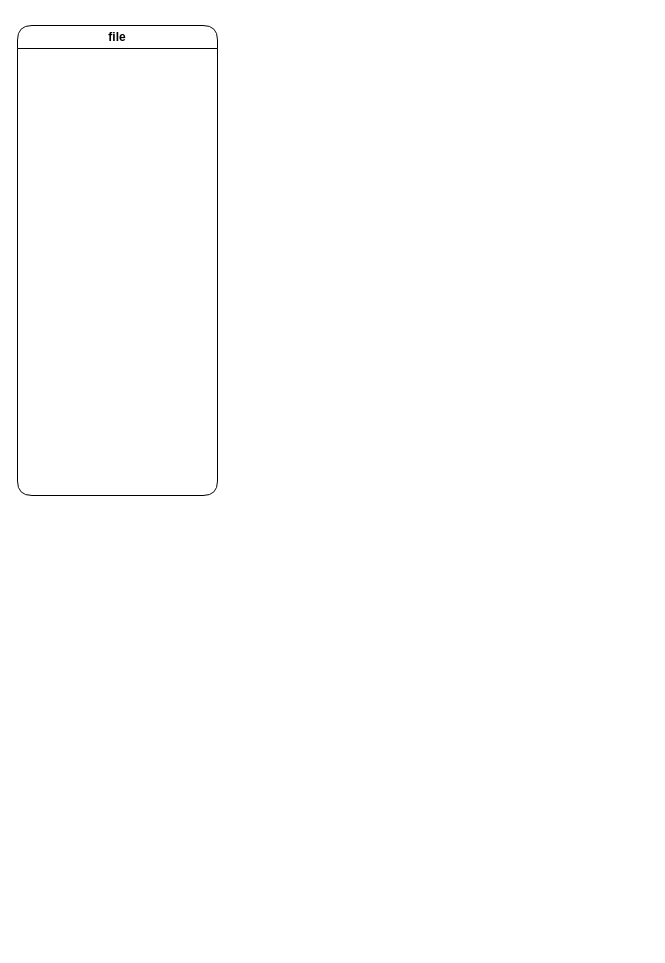
tiyun2012/Cplusplus keeps this draw.io diagram as cplus.drawio. Above is the earlier version. Source tidied: cells renumbered, new cells numbered last; positions are measured from the earlier drawing's top-left corner, leaving out a move shared by most shapes. Both pictures are drawn from the tidied source at 100%, with x=0, y=0 at pixel (17, 25).
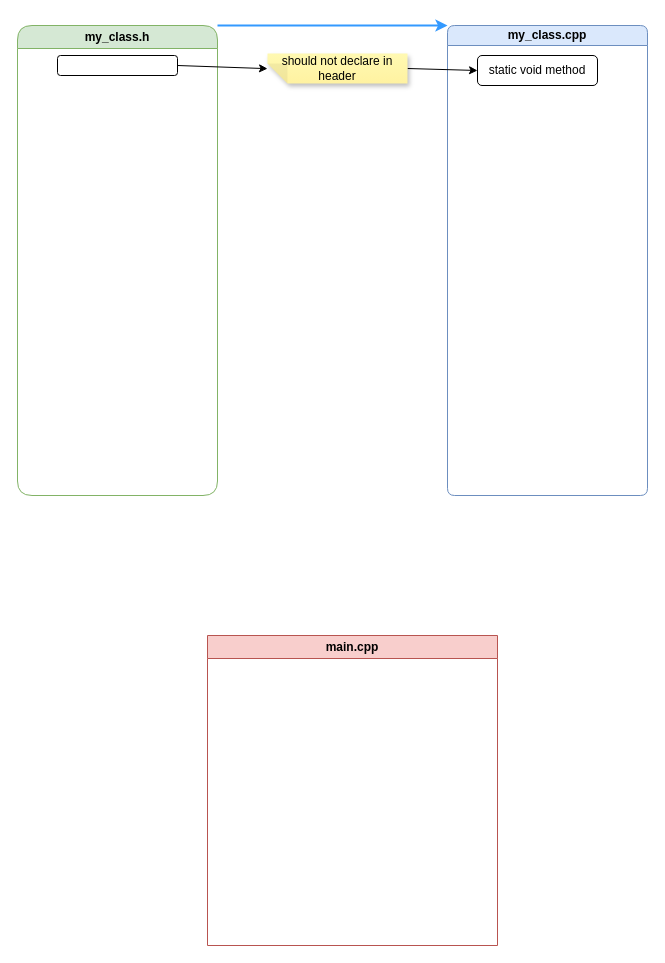
After the change.

The edit, as a diff of the source:
```diff
@@
 <mxGraphModel>
   <root>
     <mxCell id="0" />
     <mxCell id="1" parent="0" />
+    <mxCell id="3" style="rounded=0;jettySize=auto;html=1;exitX=1;exitY=0;exitDx=0;exitDy=0;entryX=0;entryY=0;entryDx=0;entryDy=0;strokeWidth=2;strokeColor=#3399FF;" parent="1" edge="1" source="2" target="4">
+      <mxGeometry relative="1" as="geometry" />
+    </mxCell>
-    <mxCell id="2" value="file&lt;br&gt;" style="swimlane;whiteSpace=wrap;html=1;rounded=1;arcSize=21;" parent="1" vertex="1">
+    <mxCell id="2" value="my_class.h" style="swimlane;whiteSpace=wrap;html=1;rounded=1;arcSize=21;startSize=23;fillColor=#d5e8d4;strokeColor=#82b366;" parent="1" vertex="1">
       <mxGeometry width="200" height="470" as="geometry" />
     </mxCell>
+    <mxCell id="4" value="my_class.cpp" style="swimlane;whiteSpace=wrap;html=1;rounded=1;arcSize=12;startSize=20;fillColor=#dae8fc;strokeColor=#6c8ebf;" parent="1" vertex="1">
+      <mxGeometry x="430" width="200" height="470" as="geometry" />
+    </mxCell>
+    <mxCell id="5" value="static void method" style="rounded=1;whiteSpace=wrap;html=1;" parent="1" vertex="1">
+      <mxGeometry x="460" y="30" width="120" height="30" as="geometry" />
+    </mxCell>
+    <mxCell id="6" style="rounded=0;jettySize=auto;html=1;exitX=1;exitY=0.5;exitDx=0;exitDy=0;entryX=1;entryY=0.495;entryDx=0;entryDy=0;entryPerimeter=0;" parent="1" edge="1" source="7" target="9">
+      <mxGeometry relative="1" as="geometry" />
+    </mxCell>
+    <mxCell id="7" style="rounded=1;whiteSpace=wrap;html=1;" parent="1" vertex="1">
+      <mxGeometry x="40" y="30" width="120" height="20" as="geometry" />
+    </mxCell>
+    <mxCell id="8" style="rounded=0;jettySize=auto;html=1;exitX=0;exitY=0.5;exitDx=0;exitDy=0;exitPerimeter=0;entryX=0;entryY=0.5;entryDx=0;entryDy=0;" parent="1" edge="1" source="9" target="5">
+      <mxGeometry relative="1" as="geometry" />
+    </mxCell>
+    <mxCell id="9" value="should not declare in header" style="shape=note;whiteSpace=wrap;html=1;backgroundOutline=1;fontColor=#000000;darkOpacity=0.05;fillColor=#FFF9B2;strokeColor=none;fillStyle=solid;direction=west;gradientDirection=north;gradientColor=#FFF2A1;shadow=1;size=20;" parent="1" vertex="1">
+      <mxGeometry x="250" y="28" width="140" height="30" as="geometry" />
+    </mxCell>
+    <mxCell id="10" value="main.cpp" style="swimlane;whiteSpace=wrap;html=1;fillColor=#f8cecc;strokeColor=#b85450;" parent="1" vertex="1">
+      <mxGeometry x="190" y="610" width="290" height="310" as="geometry" />
+    </mxCell>
   </root>
 </mxGraphModel>
```
